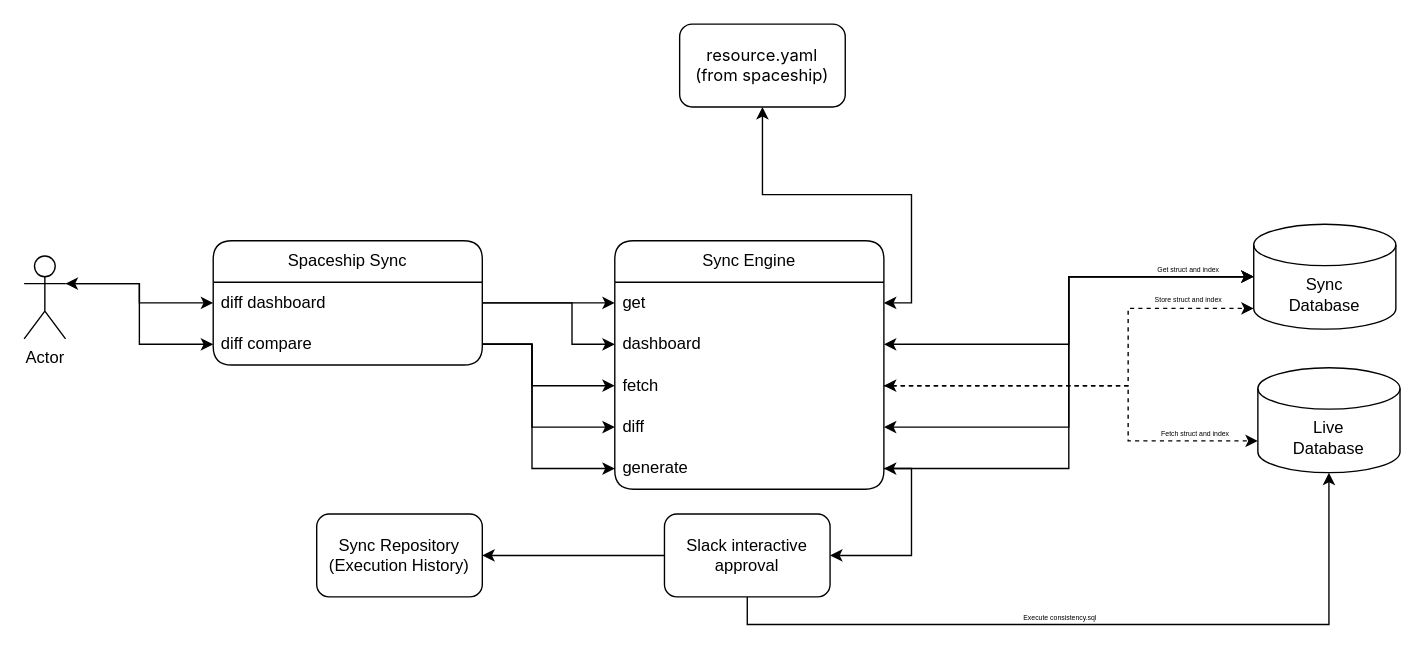
mohamadfhatir/diagram keeps this draw.io diagram as paper-sync-dreamgen/HLA.drawio. Above is the earlier version. Source tidied: cells renumbered, new cells numbered last; positions are measured from the earlier drawing's top-left corner, leaving out a move shared by most shapes. Both pictures are drawn from the tidied source at 138%, with x=0, y=0 at pixel (23, 23).
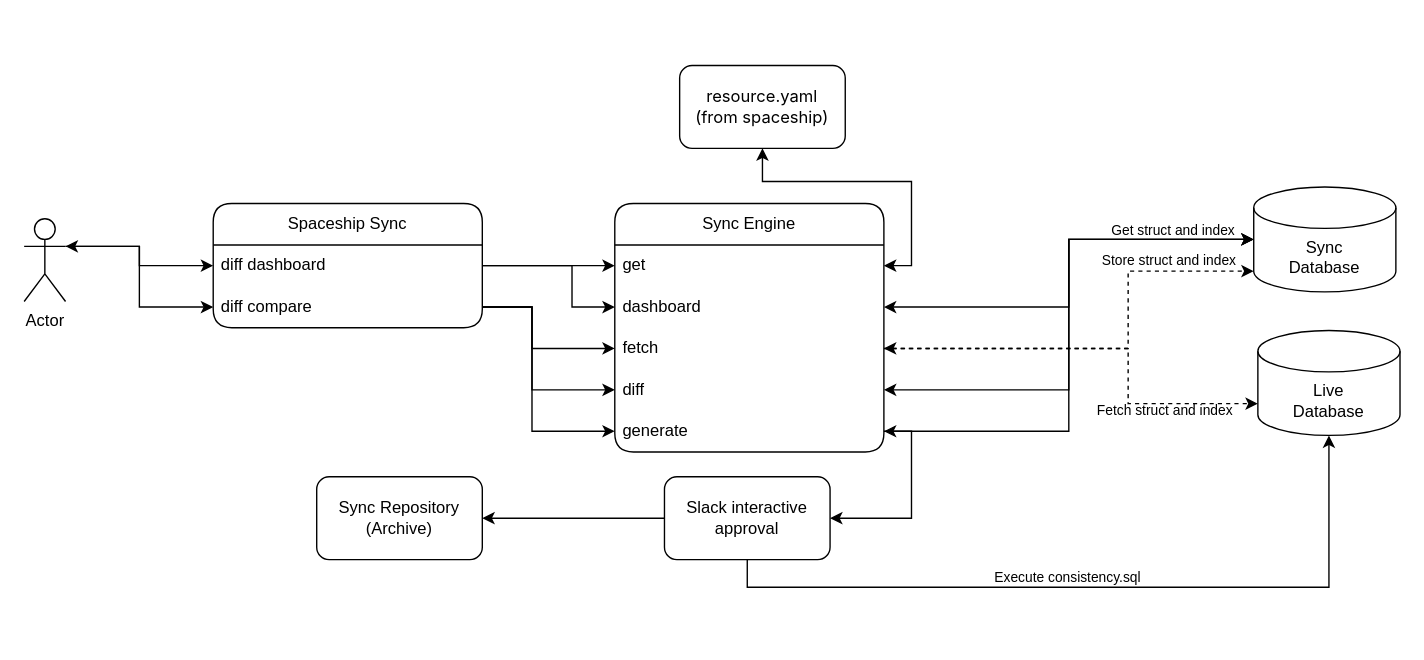
After the change.

Commit message:
restyle and change font

The edit, as a diff of the source:
```diff
@@
+    <mxCell id="37" style="group;" parent="1" vertex="1">
+      <mxGeometry y="30" width="997" height="376" as="geometry" />
+    </mxCell>
-    <mxCell id="2" value="&lt;font face=&quot;SF Pro Display&quot;&gt;resource.yaml&lt;/font&gt;&lt;div&gt;&lt;font face=&quot;SF Pro Display&quot;&gt;(from spaceship)&lt;/font&gt;&lt;/div&gt;" style="rounded=1;whiteSpace=wrap;html=1;glass=0;" parent="1" vertex="1">
+    <mxCell id="2" value="&lt;font face=&quot;SF Pro Display&quot;&gt;resource.yaml&lt;/font&gt;&lt;div&gt;&lt;font face=&quot;SF Pro Display&quot;&gt;(from spaceship)&lt;/font&gt;&lt;/div&gt;" style="rounded=1;whiteSpace=wrap;html=1;glass=0;labelBackgroundColor=none;" parent="37" vertex="1">
       <mxGeometry x="475" width="120" height="60" as="geometry" />
     </mxCell>
-    <mxCell id="3" value="Live&lt;div&gt;Database&lt;/div&gt;" style="shape=cylinder3;whiteSpace=wrap;html=1;boundedLbl=1;backgroundOutline=1;size=15;" parent="1" vertex="1">
-      <mxGeometry x="894" y="249" width="103" height="76" as="geometry" />
+    <mxCell id="3" value="Live&lt;div&gt;Database&lt;/div&gt;" style="shape=cylinder3;whiteSpace=wrap;html=1;boundedLbl=1;backgroundOutline=1;size=15;labelBackgroundColor=none;" parent="37" vertex="1">
+      <mxGeometry x="894" y="192" width="103" height="76" as="geometry" />
     </mxCell>
-    <mxCell id="4" value="Sync&lt;div&gt;Database&lt;/div&gt;" style="shape=cylinder3;whiteSpace=wrap;html=1;boundedLbl=1;backgroundOutline=1;size=15;" parent="1" vertex="1">
-      <mxGeometry x="891" y="145" width="103" height="76" as="geometry" />
+    <mxCell id="4" value="Sync&lt;div&gt;Database&lt;/div&gt;" style="shape=cylinder3;whiteSpace=wrap;html=1;boundedLbl=1;backgroundOutline=1;size=15;labelBackgroundColor=none;" parent="37" vertex="1">
+      <mxGeometry x="891" y="88" width="103" height="76" as="geometry" />
     </mxCell>
-    <mxCell id="5" value="Sync Engine" style="swimlane;fontStyle=0;horizontal=1;startSize=30;whiteSpace=wrap;html=1;rounded=1;" parent="1" vertex="1">
-      <mxGeometry x="428" y="157" width="195" height="180" as="geometry" />
+    <mxCell id="5" value="Sync Engine" style="swimlane;fontStyle=0;horizontal=1;startSize=30;whiteSpace=wrap;html=1;rounded=1;labelBackgroundColor=none;" parent="37" vertex="1">
+      <mxGeometry x="428" y="100" width="195" height="180" as="geometry" />
     </mxCell>
-    <mxCell id="6" value="get" style="text;strokeColor=none;fillColor=none;align=left;verticalAlign=middle;spacingLeft=4;spacingRight=4;overflow=hidden;points=[[0,0.5],[1,0.5]];portConstraint=eastwest;whiteSpace=wrap;html=1;" parent="5" vertex="1">
+    <mxCell id="6" value="get" style="text;strokeColor=none;fillColor=none;align=left;verticalAlign=middle;spacingLeft=4;spacingRight=4;overflow=hidden;points=[[0,0.5],[1,0.5]];portConstraint=eastwest;whiteSpace=wrap;html=1;labelBackgroundColor=none;" parent="5" vertex="1">
       <mxGeometry y="30" width="195" height="30" as="geometry" />
     </mxCell>
-    <mxCell id="7" value="dashboard" style="text;strokeColor=none;fillColor=none;align=left;verticalAlign=middle;spacingLeft=4;spacingRight=4;overflow=hidden;points=[[0,0.5],[1,0.5]];portConstraint=eastwest;whiteSpace=wrap;html=1;" parent="5" vertex="1">
+    <mxCell id="7" value="dashboard" style="text;strokeColor=none;fillColor=none;align=left;verticalAlign=middle;spacingLeft=4;spacingRight=4;overflow=hidden;points=[[0,0.5],[1,0.5]];portConstraint=eastwest;whiteSpace=wrap;html=1;labelBackgroundColor=none;" parent="5" vertex="1">
       <mxGeometry y="60" width="195" height="30" as="geometry" />
     </mxCell>
-    <mxCell id="8" value="fetch" style="text;strokeColor=none;fillColor=none;align=left;verticalAlign=middle;spacingLeft=4;spacingRight=4;overflow=hidden;points=[[0,0.5],[1,0.5]];portConstraint=eastwest;whiteSpace=wrap;html=1;" parent="5" vertex="1">
+    <mxCell id="8" value="fetch" style="text;strokeColor=none;fillColor=none;align=left;verticalAlign=middle;spacingLeft=4;spacingRight=4;overflow=hidden;points=[[0,0.5],[1,0.5]];portConstraint=eastwest;whiteSpace=wrap;html=1;labelBackgroundColor=none;" parent="5" vertex="1">
       <mxGeometry y="90" width="195" height="30" as="geometry" />
     </mxCell>
-    <mxCell id="9" value="diff" style="text;strokeColor=none;fillColor=none;align=left;verticalAlign=middle;spacingLeft=4;spacingRight=4;overflow=hidden;points=[[0,0.5],[1,0.5]];portConstraint=eastwest;whiteSpace=wrap;html=1;" parent="5" vertex="1">
+    <mxCell id="9" value="diff" style="text;strokeColor=none;fillColor=none;align=left;verticalAlign=middle;spacingLeft=4;spacingRight=4;overflow=hidden;points=[[0,0.5],[1,0.5]];portConstraint=eastwest;whiteSpace=wrap;html=1;labelBackgroundColor=none;" parent="5" vertex="1">
       <mxGeometry y="120" width="195" height="30" as="geometry" />
     </mxCell>
-    <mxCell id="10" value="generate" style="text;strokeColor=none;fillColor=none;align=left;verticalAlign=middle;spacingLeft=4;spacingRight=4;overflow=hidden;points=[[0,0.5],[1,0.5]];portConstraint=eastwest;whiteSpace=wrap;html=1;" parent="5" vertex="1">
+    <mxCell id="10" value="generate" style="text;strokeColor=none;fillColor=none;align=left;verticalAlign=middle;spacingLeft=4;spacingRight=4;overflow=hidden;points=[[0,0.5],[1,0.5]];portConstraint=eastwest;whiteSpace=wrap;html=1;labelBackgroundColor=none;" parent="5" vertex="1">
       <mxGeometry y="150" width="195" height="30" as="geometry" />
     </mxCell>
-    <mxCell id="11" style="edgeStyle=orthogonalEdgeStyle;rounded=0;jettySize=auto;html=1;exitX=1;exitY=0.3333333333333333;exitDx=0;exitDy=0;exitPerimeter=0;" parent="1" edge="1" source="13" target="15">
+    <mxCell id="11" style="edgeStyle=orthogonalEdgeStyle;rounded=0;jettySize=auto;html=1;exitX=1;exitY=0.3333333333333333;exitDx=0;exitDy=0;exitPerimeter=0;labelBackgroundColor=none;fontColor=default;" parent="37" edge="1" source="13" target="15">
       <mxGeometry relative="1" as="geometry" />
     </mxCell>
-    <mxCell id="12" style="edgeStyle=orthogonalEdgeStyle;rounded=0;jettySize=auto;html=1;exitX=1;exitY=0.3333333333333333;exitDx=0;exitDy=0;exitPerimeter=0;startArrow=classic;startFill=1;" parent="1" edge="1" source="13" target="16">
+    <mxCell id="12" style="edgeStyle=orthogonalEdgeStyle;rounded=0;jettySize=auto;html=1;exitX=1;exitY=0.3333333333333333;exitDx=0;exitDy=0;exitPerimeter=0;startArrow=classic;startFill=1;labelBackgroundColor=none;fontColor=default;" parent="37" edge="1" source="13" target="16">
       <mxGeometry relative="1" as="geometry" />
     </mxCell>
-    <mxCell id="13" value="Actor" style="shape=umlActor;verticalLabelPosition=bottom;verticalAlign=top;html=1;outlineConnect=0;" parent="1" vertex="1">
-      <mxGeometry y="168" width="30" height="60" as="geometry" />
+    <mxCell id="13" value="Actor" style="shape=umlActor;verticalLabelPosition=bottom;verticalAlign=top;html=1;outlineConnect=0;labelBackgroundColor=none;" parent="37" vertex="1">
+      <mxGeometry y="111" width="30" height="60" as="geometry" />
     </mxCell>
-    <mxCell id="14" value="Spaceship Sync" style="swimlane;fontStyle=0;horizontal=1;startSize=30;whiteSpace=wrap;html=1;rounded=1;" parent="1" vertex="1">
-      <mxGeometry x="137" y="157" width="195" height="90" as="geometry" />
+    <mxCell id="14" value="Spaceship Sync" style="swimlane;fontStyle=0;horizontal=1;startSize=30;whiteSpace=wrap;html=1;rounded=1;labelBackgroundColor=none;" parent="37" vertex="1">
+      <mxGeometry x="137" y="100" width="195" height="90" as="geometry" />
     </mxCell>
-    <mxCell id="15" value="diff dashboard" style="text;strokeColor=none;fillColor=none;align=left;verticalAlign=middle;spacingLeft=4;spacingRight=4;overflow=hidden;points=[[0,0.5],[1,0.5]];portConstraint=eastwest;whiteSpace=wrap;html=1;" parent="14" vertex="1">
+    <mxCell id="15" value="diff dashboard" style="text;strokeColor=none;fillColor=none;align=left;verticalAlign=middle;spacingLeft=4;spacingRight=4;overflow=hidden;points=[[0,0.5],[1,0.5]];portConstraint=eastwest;whiteSpace=wrap;html=1;labelBackgroundColor=none;" parent="14" vertex="1">
       <mxGeometry y="30" width="195" height="30" as="geometry" />
     </mxCell>
-    <mxCell id="16" value="diff compare" style="text;strokeColor=none;fillColor=none;align=left;verticalAlign=middle;spacingLeft=4;spacingRight=4;overflow=hidden;points=[[0,0.5],[1,0.5]];portConstraint=eastwest;whiteSpace=wrap;html=1;" parent="14" vertex="1">
+    <mxCell id="16" value="diff compare" style="text;strokeColor=none;fillColor=none;align=left;verticalAlign=middle;spacingLeft=4;spacingRight=4;overflow=hidden;points=[[0,0.5],[1,0.5]];portConstraint=eastwest;whiteSpace=wrap;html=1;labelBackgroundColor=none;" parent="14" vertex="1">
       <mxGeometry y="60" width="195" height="30" as="geometry" />
     </mxCell>
-    <mxCell id="17" style="edgeStyle=orthogonalEdgeStyle;rounded=0;jettySize=auto;html=1;entryX=0.5;entryY=1;entryDx=0;entryDy=0;startArrow=classic;startFill=1;" parent="1" edge="1" source="6" target="2">
-      <mxGeometry relative="1" as="geometry" />
+    <mxCell id="17" style="edgeStyle=orthogonalEdgeStyle;rounded=0;jettySize=auto;html=1;entryX=0.5;entryY=1;entryDx=0;entryDy=0;startArrow=classic;startFill=1;labelBackgroundColor=none;fontColor=default;" parent="37" edge="1" source="6" target="2">
+      <mxGeometry relative="1" as="geometry">
+        <Array as="points">
+          <mxPoint x="643" y="145" />
+          <mxPoint x="643" y="84" />
+          <mxPoint x="535" y="84" />
+        </Array>
+      </mxGeometry>
     </mxCell>
-    <mxCell id="18" style="edgeStyle=orthogonalEdgeStyle;rounded=0;jettySize=auto;html=1;exitX=1;exitY=0.5;exitDx=0;exitDy=0;entryX=0;entryY=0.5;entryDx=0;entryDy=0;" parent="1" edge="1" source="15" target="6">
+    <mxCell id="18" style="edgeStyle=orthogonalEdgeStyle;rounded=0;jettySize=auto;html=1;exitX=1;exitY=0.5;exitDx=0;exitDy=0;entryX=0;entryY=0.5;entryDx=0;entryDy=0;labelBackgroundColor=none;fontColor=default;" parent="37" edge="1" source="15" target="6">
       <mxGeometry relative="1" as="geometry" />
     </mxCell>
-    <mxCell id="19" style="edgeStyle=orthogonalEdgeStyle;rounded=0;jettySize=auto;html=1;exitX=1;exitY=0.5;exitDx=0;exitDy=0;" parent="1" edge="1" source="15" target="7">
+    <mxCell id="19" style="edgeStyle=orthogonalEdgeStyle;rounded=0;jettySize=auto;html=1;exitX=1;exitY=0.5;exitDx=0;exitDy=0;labelBackgroundColor=none;fontColor=default;" parent="37" edge="1" source="15" target="7">
       <mxGeometry relative="1" as="geometry">
         <Array as="points">
-          <mxPoint x="397" y="202" />
-          <mxPoint x="397" y="232" />
+          <mxPoint x="397" y="145" />
+          <mxPoint x="397" y="175" />
         </Array>
       </mxGeometry>
     </mxCell>
-    <mxCell id="20" style="edgeStyle=orthogonalEdgeStyle;rounded=0;jettySize=auto;html=1;exitX=1;exitY=0.5;exitDx=0;exitDy=0;" parent="1" edge="1" source="16" target="8">
+    <mxCell id="20" style="edgeStyle=orthogonalEdgeStyle;rounded=0;jettySize=auto;html=1;exitX=1;exitY=0.5;exitDx=0;exitDy=0;labelBackgroundColor=none;fontColor=default;" parent="37" edge="1" source="16" target="8">
       <mxGeometry relative="1" as="geometry">
         <Array as="points">
-          <mxPoint x="368" y="232" />
-          <mxPoint x="368" y="262" />
+          <mxPoint x="368" y="175" />
+          <mxPoint x="368" y="205" />
         </Array>
       </mxGeometry>
     </mxCell>
-    <mxCell id="21" style="edgeStyle=orthogonalEdgeStyle;rounded=0;jettySize=auto;html=1;exitX=1;exitY=0.5;exitDx=0;exitDy=0;entryX=0;entryY=0.5;entryDx=0;entryDy=0;" parent="1" edge="1" source="16" target="9">
+    <mxCell id="21" style="edgeStyle=orthogonalEdgeStyle;rounded=0;jettySize=auto;html=1;exitX=1;exitY=0.5;exitDx=0;exitDy=0;entryX=0;entryY=0.5;entryDx=0;entryDy=0;labelBackgroundColor=none;fontColor=default;" parent="37" edge="1" source="16" target="9">
       <mxGeometry relative="1" as="geometry">
         <Array as="points">
-          <mxPoint x="368" y="232" />
-          <mxPoint x="368" y="292" />
+          <mxPoint x="368" y="175" />
+          <mxPoint x="368" y="235" />
         </Array>
       </mxGeometry>
     </mxCell>
-    <mxCell id="22" style="edgeStyle=orthogonalEdgeStyle;rounded=0;jettySize=auto;html=1;exitX=1;exitY=0.5;exitDx=0;exitDy=0;entryX=0;entryY=0.5;entryDx=0;entryDy=0;" parent="1" edge="1" source="16" target="10">
+    <mxCell id="22" style="edgeStyle=orthogonalEdgeStyle;rounded=0;jettySize=auto;html=1;exitX=1;exitY=0.5;exitDx=0;exitDy=0;entryX=0;entryY=0.5;entryDx=0;entryDy=0;labelBackgroundColor=none;fontColor=default;" parent="37" edge="1" source="16" target="10">
       <mxGeometry relative="1" as="geometry">
         <Array as="points">
-          <mxPoint x="368" y="232" />
-          <mxPoint x="368" y="322" />
+          <mxPoint x="368" y="175" />
+          <mxPoint x="368" y="265" />
         </Array>
       </mxGeometry>
     </mxCell>
-    <mxCell id="23" style="edgeStyle=orthogonalEdgeStyle;rounded=0;jettySize=auto;html=1;exitX=1;exitY=0.5;exitDx=0;exitDy=0;entryX=0;entryY=0.5;entryDx=0;entryDy=0;entryPerimeter=0;startArrow=classic;startFill=1;" parent="1" edge="1" source="7" target="4">
+    <mxCell id="23" style="edgeStyle=orthogonalEdgeStyle;rounded=0;jettySize=auto;html=1;exitX=1;exitY=0.5;exitDx=0;exitDy=0;entryX=0;entryY=0.5;entryDx=0;entryDy=0;entryPerimeter=0;startArrow=classic;startFill=1;labelBackgroundColor=none;fontColor=default;" parent="37" edge="1" source="7" target="4">
       <mxGeometry relative="1" as="geometry" />
     </mxCell>
-    <mxCell id="24" style="edgeStyle=orthogonalEdgeStyle;rounded=0;jettySize=auto;html=1;exitX=1;exitY=0.5;exitDx=0;exitDy=0;dashed=1;" parent="1" edge="1" source="8" target="3">
+    <mxCell id="24" style="edgeStyle=orthogonalEdgeStyle;rounded=0;jettySize=auto;html=1;exitX=1;exitY=0.5;exitDx=0;exitDy=0;dashed=1;labelBackgroundColor=none;fontColor=default;" parent="37" edge="1" source="8" target="3">
       <mxGeometry relative="1" as="geometry">
         <Array as="points">
-          <mxPoint x="800" y="262" />
-          <mxPoint x="800" y="302" />
+          <mxPoint x="800" y="205" />
+          <mxPoint x="800" y="245" />
         </Array>
       </mxGeometry>
     </mxCell>
-    <mxCell id="25" style="edgeStyle=orthogonalEdgeStyle;rounded=0;jettySize=auto;html=1;exitX=1;exitY=0.5;exitDx=0;exitDy=0;entryX=0;entryY=0.5;entryDx=0;entryDy=0;entryPerimeter=0;startArrow=classic;startFill=1;" parent="1" edge="1" source="9" target="4">
+    <mxCell id="25" style="edgeStyle=orthogonalEdgeStyle;rounded=0;jettySize=auto;html=1;exitX=1;exitY=0.5;exitDx=0;exitDy=0;entryX=0;entryY=0.5;entryDx=0;entryDy=0;entryPerimeter=0;startArrow=classic;startFill=1;labelBackgroundColor=none;fontColor=default;" parent="37" edge="1" source="9" target="4">
       <mxGeometry relative="1" as="geometry" />
     </mxCell>
-    <mxCell id="26" style="edgeStyle=orthogonalEdgeStyle;rounded=0;jettySize=auto;html=1;exitX=1;exitY=0.5;exitDx=0;exitDy=0;entryX=0;entryY=0.5;entryDx=0;entryDy=0;entryPerimeter=0;startArrow=classic;startFill=1;" parent="1" edge="1" source="10" target="4">
+    <mxCell id="26" style="edgeStyle=orthogonalEdgeStyle;rounded=0;jettySize=auto;html=1;exitX=1;exitY=0.5;exitDx=0;exitDy=0;entryX=0;entryY=0.5;entryDx=0;entryDy=0;entryPerimeter=0;startArrow=classic;startFill=1;labelBackgroundColor=none;fontColor=default;" parent="37" edge="1" source="10" target="4">
       <mxGeometry relative="1" as="geometry" />
     </mxCell>
-    <mxCell id="27" style="edgeStyle=orthogonalEdgeStyle;rounded=0;jettySize=auto;html=1;exitX=0.5;exitY=1;exitDx=0;exitDy=0;" parent="1" edge="1" source="29" target="3">
+    <mxCell id="27" style="edgeStyle=orthogonalEdgeStyle;rounded=0;jettySize=auto;html=1;exitX=0.5;exitY=1;exitDx=0;exitDy=0;labelBackgroundColor=none;fontColor=default;" parent="37" edge="1" source="29" target="3">
       <mxGeometry relative="1" as="geometry" />
     </mxCell>
-    <mxCell id="28" style="edgeStyle=orthogonalEdgeStyle;rounded=0;jettySize=auto;html=1;exitX=0;exitY=0.5;exitDx=0;exitDy=0;entryX=1;entryY=0.5;entryDx=0;entryDy=0;" parent="1" edge="1" source="29" target="35">
+    <mxCell id="28" style="edgeStyle=orthogonalEdgeStyle;rounded=0;jettySize=auto;html=1;exitX=0;exitY=0.5;exitDx=0;exitDy=0;entryX=1;entryY=0.5;entryDx=0;entryDy=0;labelBackgroundColor=none;fontColor=default;" parent="37" edge="1" source="29" target="35">
       <mxGeometry relative="1" as="geometry" />
     </mxCell>
-    <mxCell id="29" value="Slack interactive&lt;div&gt;approval&lt;/div&gt;" style="rounded=1;whiteSpace=wrap;html=1;" parent="1" vertex="1">
-      <mxGeometry x="464" y="355" width="120" height="60" as="geometry" />
+    <mxCell id="29" value="Slack interactive&lt;div&gt;approval&lt;/div&gt;" style="rounded=1;whiteSpace=wrap;html=1;labelBackgroundColor=none;" parent="37" vertex="1">
+      <mxGeometry x="464" y="298" width="120" height="60" as="geometry" />
     </mxCell>
-    <mxCell id="30" style="edgeStyle=orthogonalEdgeStyle;rounded=0;jettySize=auto;html=1;exitX=1;exitY=0.5;exitDx=0;exitDy=0;entryX=0;entryY=1;entryDx=0;entryDy=-15;entryPerimeter=0;dashed=1;startArrow=classic;startFill=1;" parent="1" edge="1" source="8" target="4">
+    <mxCell id="30" style="edgeStyle=orthogonalEdgeStyle;rounded=0;jettySize=auto;html=1;exitX=1;exitY=0.5;exitDx=0;exitDy=0;entryX=0;entryY=1;entryDx=0;entryDy=-15;entryPerimeter=0;dashed=1;startArrow=classic;startFill=1;labelBackgroundColor=none;fontColor=default;" parent="37" edge="1" source="8" target="4">
       <mxGeometry relative="1" as="geometry">
         <Array as="points">
-          <mxPoint x="800" y="262" />
-          <mxPoint x="800" y="206" />
+          <mxPoint x="800" y="205" />
+          <mxPoint x="800" y="149" />
         </Array>
       </mxGeometry>
     </mxCell>
-    <mxCell id="31" value="&lt;font style=&quot;font-size: 5px;&quot;&gt;Fetch struct and index&lt;/font&gt;" style="text;html=1;whiteSpace=wrap;strokeColor=none;fillColor=none;align=center;verticalAlign=middle;rounded=0;" parent="1" vertex="1">
-      <mxGeometry x="821" y="290" width="56" height="10" as="geometry" />
+    <mxCell id="31" value="&lt;font style=&quot;font-size: 10px;&quot;&gt;Fetch struct and index&lt;/font&gt;" style="text;html=1;whiteSpace=wrap;strokeColor=none;fillColor=none;align=center;verticalAlign=middle;rounded=0;labelBackgroundColor=none;" parent="37" vertex="1">
+      <mxGeometry x="774" y="245" width="106" height="10" as="geometry" />
     </mxCell>
-    <mxCell id="32" value="&lt;font style=&quot;font-size: 5px;&quot;&gt;Store struct and index&lt;/font&gt;" style="text;html=1;whiteSpace=wrap;strokeColor=none;fillColor=none;align=center;verticalAlign=middle;rounded=0;" parent="1" vertex="1">
-      <mxGeometry x="816" y="193" width="56" height="10" as="geometry" />
+    <mxCell id="32" value="&lt;font style=&quot;font-size: 10px;&quot;&gt;Store struct and index&lt;/font&gt;" style="text;html=1;whiteSpace=wrap;strokeColor=none;fillColor=none;align=center;verticalAlign=middle;rounded=0;labelBackgroundColor=none;" parent="37" vertex="1">
+      <mxGeometry x="780" y="136" width="100" height="10" as="geometry" />
     </mxCell>
-    <mxCell id="33" value="&lt;font style=&quot;font-size: 5px;&quot;&gt;Get struct and index&lt;/font&gt;" style="text;html=1;whiteSpace=wrap;strokeColor=none;fillColor=none;align=center;verticalAlign=middle;rounded=0;" parent="1" vertex="1">
-      <mxGeometry x="816" y="171" width="56" height="10" as="geometry" />
+    <mxCell id="33" value="&lt;font style=&quot;font-size: 10px;&quot;&gt;Get struct and index&lt;/font&gt;" style="text;html=1;whiteSpace=wrap;strokeColor=none;fillColor=none;align=center;verticalAlign=middle;rounded=0;labelBackgroundColor=none;" parent="37" vertex="1">
+      <mxGeometry x="786" y="114" width="94" height="10" as="geometry" />
     </mxCell>
-    <mxCell id="34" style="edgeStyle=orthogonalEdgeStyle;rounded=0;jettySize=auto;html=1;exitX=1;exitY=0.5;exitDx=0;exitDy=0;entryX=1;entryY=0.5;entryDx=0;entryDy=0;" parent="1" edge="1" source="10" target="29">
+    <mxCell id="34" style="edgeStyle=orthogonalEdgeStyle;rounded=0;jettySize=auto;html=1;exitX=1;exitY=0.5;exitDx=0;exitDy=0;entryX=1;entryY=0.5;entryDx=0;entryDy=0;labelBackgroundColor=none;fontColor=default;" parent="37" edge="1" source="10" target="29">
       <mxGeometry relative="1" as="geometry" />
     </mxCell>
-    <mxCell id="35" value="Sync Repository&lt;div&gt;(Execution History)&lt;/div&gt;" style="rounded=1;whiteSpace=wrap;html=1;" parent="1" vertex="1">
-      <mxGeometry x="212" y="355" width="120" height="60" as="geometry" />
+    <mxCell id="35" value="Sync Repository&lt;div&gt;(Archive)&lt;/div&gt;" style="rounded=1;whiteSpace=wrap;html=1;labelBackgroundColor=none;" parent="37" vertex="1">
+      <mxGeometry x="212" y="298" width="120" height="60" as="geometry" />
     </mxCell>
-    <mxCell id="36" value="&lt;span style=&quot;font-size: 5px;&quot;&gt;Execute consistency.sql&lt;/span&gt;" style="text;html=1;whiteSpace=wrap;strokeColor=none;fillColor=none;align=center;verticalAlign=middle;rounded=0;" parent="1" vertex="1">
-      <mxGeometry x="723" y="423" width="56" height="10" as="geometry" />
+    <mxCell id="36" value="&lt;font style=&quot;font-size: 10px;&quot;&gt;Execute consistency.sql&lt;/font&gt;" style="text;html=1;whiteSpace=wrap;strokeColor=none;fillColor=none;align=center;verticalAlign=middle;rounded=0;labelBackgroundColor=none;" parent="37" vertex="1">
+      <mxGeometry x="686" y="366" width="141" height="10" as="geometry" />
     </mxCell>
```
